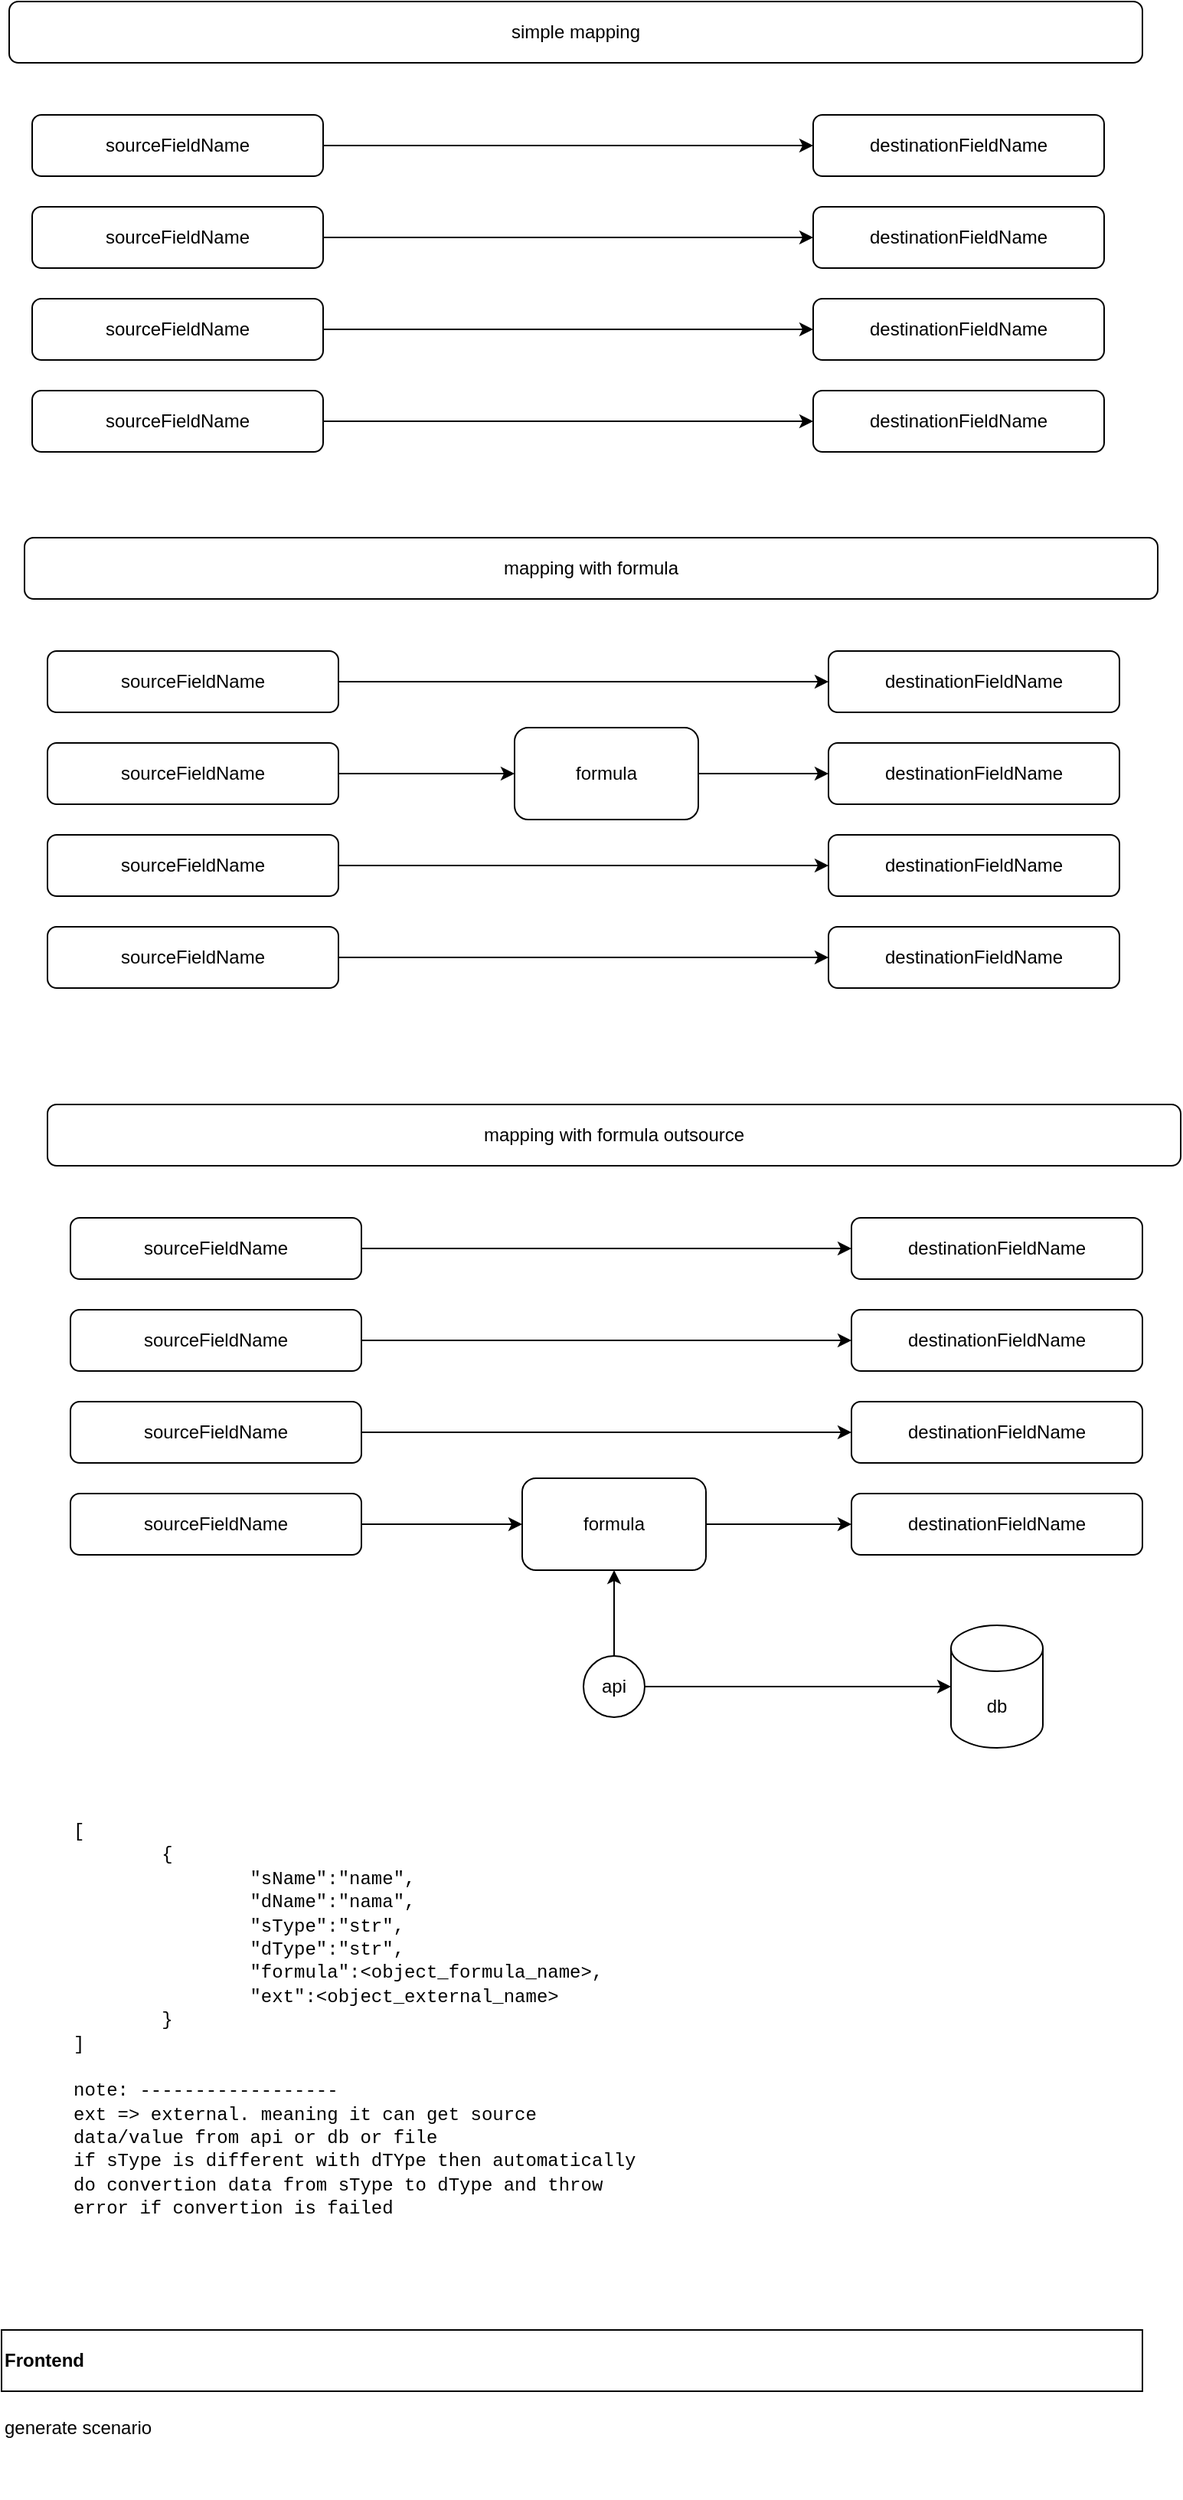
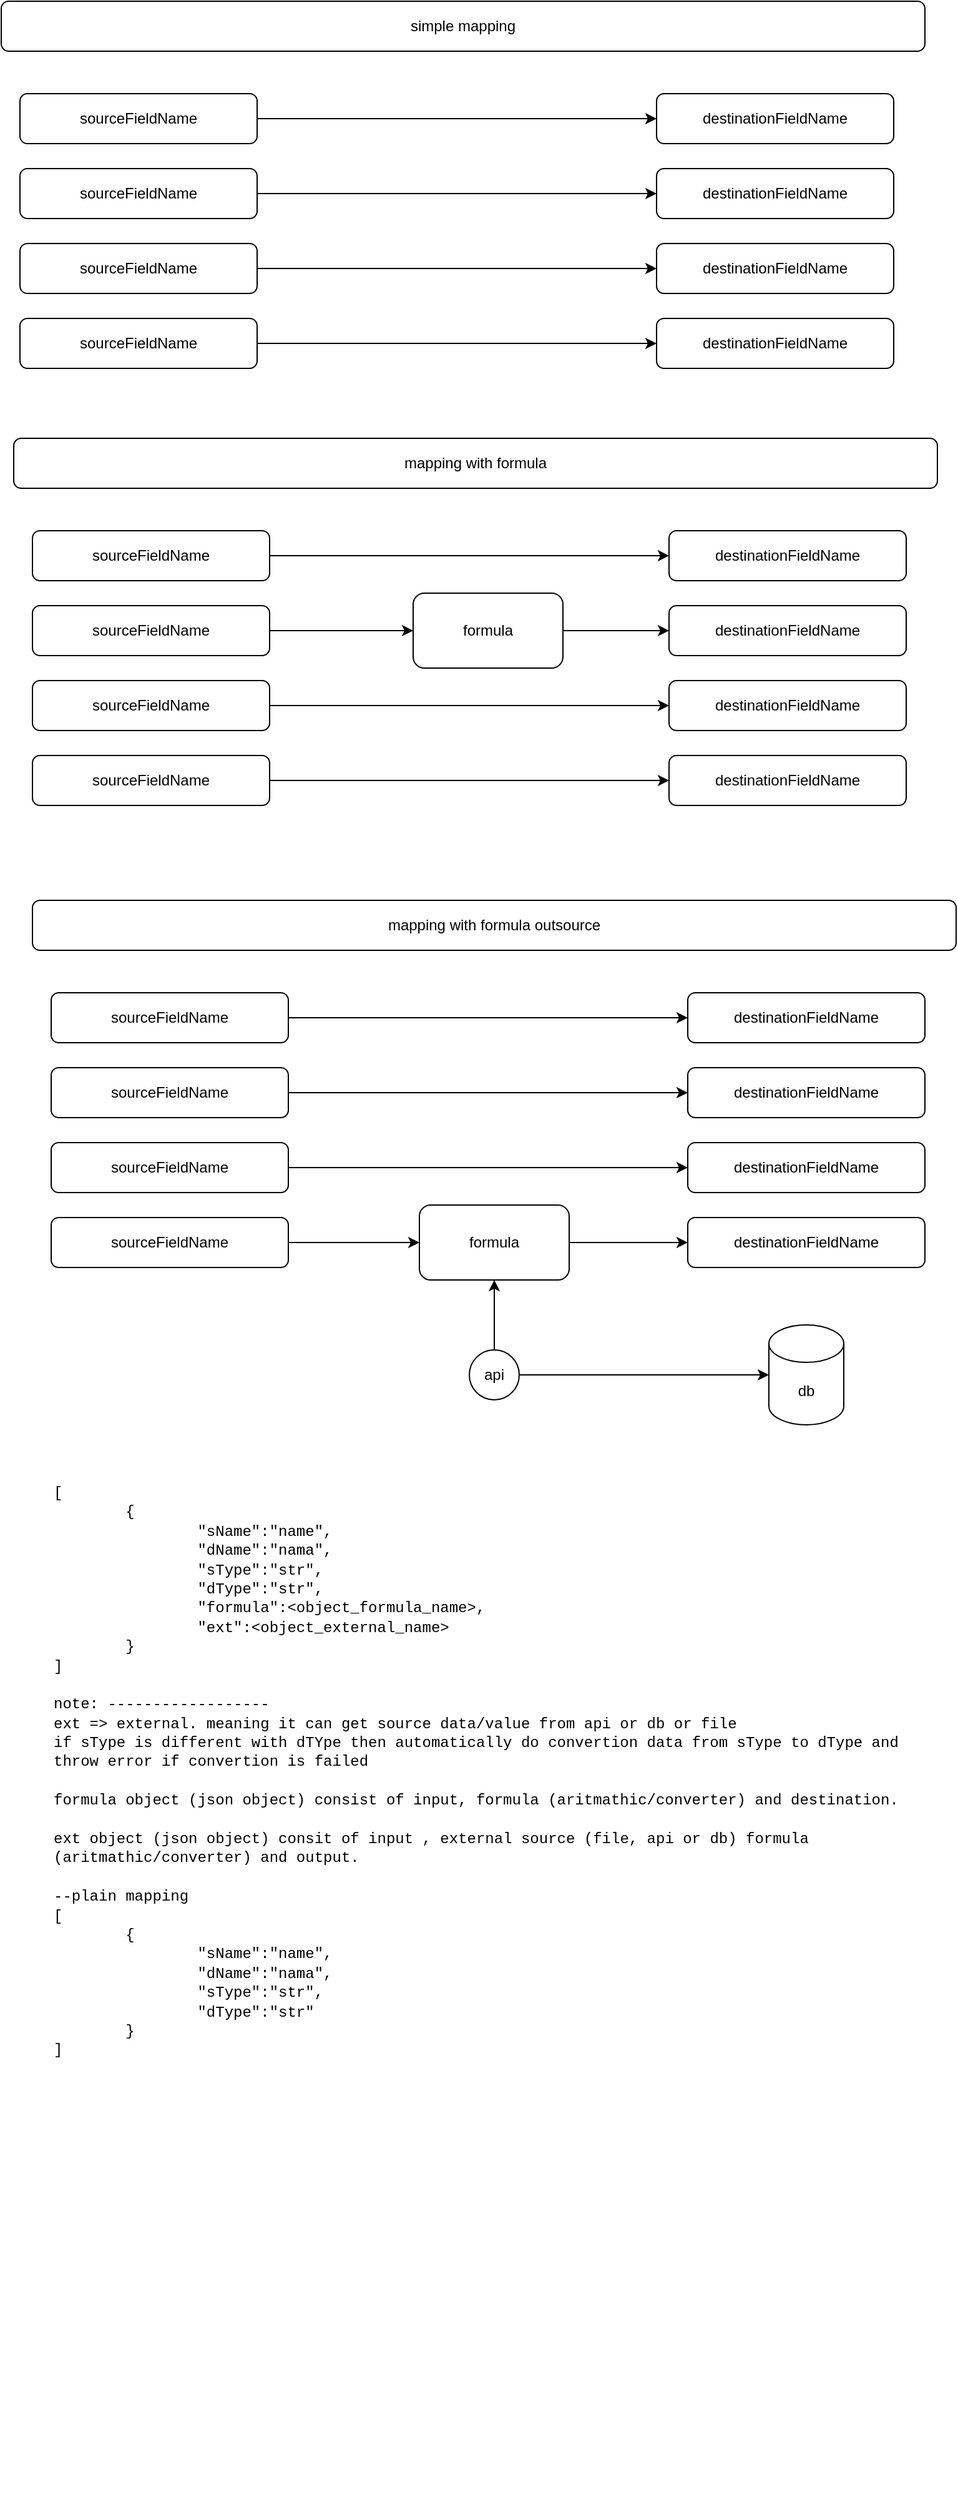
<mxfile host="app.diagrams.net">
  <diagram name="Page-1" id="w0qSyX79uqXvIxm3ApQV">
    <mxGraphModel dx="774" dy="623" grid="1" gridSize="10" guides="1" tooltips="1" connect="1" arrows="1" fold="1" page="1" pageScale="1" pageWidth="850" pageHeight="1100" math="0" shadow="0">
      <root>
        <mxCell id="0" />
        <mxCell id="1" parent="0" />
        <mxCell id="C5vNhbu8yeIDAcz09rIj-13" parent="1" style="rounded=1;whiteSpace=wrap;html=1;" value="simple mapping" vertex="1">
          <mxGeometry height="40" width="740" x="60" y="30" as="geometry" />
        </mxCell>
        <mxCell id="C5vNhbu8yeIDAcz09rIj-9" edge="1" parent="1" source="C5vNhbu8yeIDAcz09rIj-1" style="edgeStyle=orthogonalEdgeStyle;rounded=0;orthogonalLoop=1;jettySize=auto;html=1;entryX=0;entryY=0.5;entryDx=0;entryDy=0;" target="C5vNhbu8yeIDAcz09rIj-5">
          <mxGeometry relative="1" as="geometry" />
        </mxCell>
        <mxCell id="C5vNhbu8yeIDAcz09rIj-1" parent="1" style="rounded=1;whiteSpace=wrap;html=1;" value="sourceFieldName" vertex="1">
          <mxGeometry height="40" width="190" x="75" y="104" as="geometry" />
        </mxCell>
        <mxCell id="C5vNhbu8yeIDAcz09rIj-10" edge="1" parent="1" source="C5vNhbu8yeIDAcz09rIj-2" style="edgeStyle=orthogonalEdgeStyle;rounded=0;orthogonalLoop=1;jettySize=auto;html=1;entryX=0;entryY=0.5;entryDx=0;entryDy=0;" target="C5vNhbu8yeIDAcz09rIj-6">
          <mxGeometry relative="1" as="geometry" />
        </mxCell>
        <mxCell id="C5vNhbu8yeIDAcz09rIj-2" parent="1" style="rounded=1;whiteSpace=wrap;html=1;" value="sourceFieldName" vertex="1">
          <mxGeometry height="40" width="190" x="75" y="164" as="geometry" />
        </mxCell>
        <mxCell id="C5vNhbu8yeIDAcz09rIj-11" edge="1" parent="1" source="C5vNhbu8yeIDAcz09rIj-3" style="edgeStyle=orthogonalEdgeStyle;rounded=0;orthogonalLoop=1;jettySize=auto;html=1;entryX=0;entryY=0.5;entryDx=0;entryDy=0;" target="C5vNhbu8yeIDAcz09rIj-7">
          <mxGeometry relative="1" as="geometry" />
        </mxCell>
        <mxCell id="C5vNhbu8yeIDAcz09rIj-3" parent="1" style="rounded=1;whiteSpace=wrap;html=1;" value="sourceFieldName" vertex="1">
          <mxGeometry height="40" width="190" x="75" y="224" as="geometry" />
        </mxCell>
        <mxCell id="C5vNhbu8yeIDAcz09rIj-12" edge="1" parent="1" source="C5vNhbu8yeIDAcz09rIj-4" style="edgeStyle=orthogonalEdgeStyle;rounded=0;orthogonalLoop=1;jettySize=auto;html=1;entryX=0;entryY=0.5;entryDx=0;entryDy=0;" target="C5vNhbu8yeIDAcz09rIj-8">
          <mxGeometry relative="1" as="geometry" />
        </mxCell>
        <mxCell id="C5vNhbu8yeIDAcz09rIj-4" parent="1" style="rounded=1;whiteSpace=wrap;html=1;" value="sourceFieldName" vertex="1">
          <mxGeometry height="40" width="190" x="75" y="284" as="geometry" />
        </mxCell>
        <mxCell id="C5vNhbu8yeIDAcz09rIj-5" parent="1" style="rounded=1;whiteSpace=wrap;html=1;" value="destinationFieldName" vertex="1">
          <mxGeometry height="40" width="190" x="585" y="104" as="geometry" />
        </mxCell>
        <mxCell id="C5vNhbu8yeIDAcz09rIj-6" parent="1" style="rounded=1;whiteSpace=wrap;html=1;" value="destinationFieldName" vertex="1">
          <mxGeometry height="40" width="190" x="585" y="164" as="geometry" />
        </mxCell>
        <mxCell id="C5vNhbu8yeIDAcz09rIj-7" parent="1" style="rounded=1;whiteSpace=wrap;html=1;" value="destinationFieldName" vertex="1">
          <mxGeometry height="40" width="190" x="585" y="224" as="geometry" />
        </mxCell>
        <mxCell id="C5vNhbu8yeIDAcz09rIj-8" parent="1" style="rounded=1;whiteSpace=wrap;html=1;" value="destinationFieldName" vertex="1">
          <mxGeometry height="40" width="190" x="585" y="284" as="geometry" />
        </mxCell>
        <mxCell id="C5vNhbu8yeIDAcz09rIj-14" parent="1" style="rounded=1;whiteSpace=wrap;html=1;" value="mapping with formula" vertex="1">
          <mxGeometry height="40" width="740" x="70" y="380" as="geometry" />
        </mxCell>
        <mxCell id="C5vNhbu8yeIDAcz09rIj-15" edge="1" parent="1" source="C5vNhbu8yeIDAcz09rIj-16" style="edgeStyle=orthogonalEdgeStyle;rounded=0;orthogonalLoop=1;jettySize=auto;html=1;entryX=0;entryY=0.5;entryDx=0;entryDy=0;" target="C5vNhbu8yeIDAcz09rIj-23">
          <mxGeometry relative="1" as="geometry" />
        </mxCell>
        <mxCell id="C5vNhbu8yeIDAcz09rIj-16" parent="1" style="rounded=1;whiteSpace=wrap;html=1;" value="sourceFieldName" vertex="1">
          <mxGeometry height="40" width="190" x="85" y="454" as="geometry" />
        </mxCell>
        <mxCell id="C5vNhbu8yeIDAcz09rIj-28" edge="1" parent="1" source="C5vNhbu8yeIDAcz09rIj-18" style="edgeStyle=orthogonalEdgeStyle;rounded=0;orthogonalLoop=1;jettySize=auto;html=1;entryX=0;entryY=0.5;entryDx=0;entryDy=0;" target="C5vNhbu8yeIDAcz09rIj-27">
          <mxGeometry relative="1" as="geometry" />
        </mxCell>
        <mxCell id="C5vNhbu8yeIDAcz09rIj-18" parent="1" style="rounded=1;whiteSpace=wrap;html=1;" value="sourceFieldName" vertex="1">
          <mxGeometry height="40" width="190" x="85" y="514" as="geometry" />
        </mxCell>
        <mxCell id="C5vNhbu8yeIDAcz09rIj-19" edge="1" parent="1" source="C5vNhbu8yeIDAcz09rIj-20" style="edgeStyle=orthogonalEdgeStyle;rounded=0;orthogonalLoop=1;jettySize=auto;html=1;entryX=0;entryY=0.5;entryDx=0;entryDy=0;" target="C5vNhbu8yeIDAcz09rIj-25">
          <mxGeometry relative="1" as="geometry" />
        </mxCell>
        <mxCell id="C5vNhbu8yeIDAcz09rIj-20" parent="1" style="rounded=1;whiteSpace=wrap;html=1;" value="sourceFieldName" vertex="1">
          <mxGeometry height="40" width="190" x="85" y="574" as="geometry" />
        </mxCell>
        <mxCell id="C5vNhbu8yeIDAcz09rIj-21" edge="1" parent="1" source="C5vNhbu8yeIDAcz09rIj-22" style="edgeStyle=orthogonalEdgeStyle;rounded=0;orthogonalLoop=1;jettySize=auto;html=1;entryX=0;entryY=0.5;entryDx=0;entryDy=0;" target="C5vNhbu8yeIDAcz09rIj-26">
          <mxGeometry relative="1" as="geometry" />
        </mxCell>
        <mxCell id="C5vNhbu8yeIDAcz09rIj-22" parent="1" style="rounded=1;whiteSpace=wrap;html=1;" value="sourceFieldName" vertex="1">
          <mxGeometry height="40" width="190" x="85" y="634" as="geometry" />
        </mxCell>
        <mxCell id="C5vNhbu8yeIDAcz09rIj-23" parent="1" style="rounded=1;whiteSpace=wrap;html=1;" value="destinationFieldName" vertex="1">
          <mxGeometry height="40" width="190" x="595" y="454" as="geometry" />
        </mxCell>
        <mxCell id="C5vNhbu8yeIDAcz09rIj-24" parent="1" style="rounded=1;whiteSpace=wrap;html=1;" value="destinationFieldName" vertex="1">
          <mxGeometry height="40" width="190" x="595" y="514" as="geometry" />
        </mxCell>
        <mxCell id="C5vNhbu8yeIDAcz09rIj-25" parent="1" style="rounded=1;whiteSpace=wrap;html=1;" value="destinationFieldName" vertex="1">
          <mxGeometry height="40" width="190" x="595" y="574" as="geometry" />
        </mxCell>
        <mxCell id="C5vNhbu8yeIDAcz09rIj-26" parent="1" style="rounded=1;whiteSpace=wrap;html=1;" value="destinationFieldName" vertex="1">
          <mxGeometry height="40" width="190" x="595" y="634" as="geometry" />
        </mxCell>
        <mxCell id="C5vNhbu8yeIDAcz09rIj-29" edge="1" parent="1" source="C5vNhbu8yeIDAcz09rIj-27" style="edgeStyle=orthogonalEdgeStyle;rounded=0;orthogonalLoop=1;jettySize=auto;html=1;entryX=0;entryY=0.5;entryDx=0;entryDy=0;" target="C5vNhbu8yeIDAcz09rIj-24">
          <mxGeometry relative="1" as="geometry">
            <mxPoint x="590" y="534" as="targetPoint" />
          </mxGeometry>
        </mxCell>
        <mxCell id="C5vNhbu8yeIDAcz09rIj-27" parent="1" style="rounded=1;whiteSpace=wrap;html=1;" value="formula" vertex="1">
          <mxGeometry height="60" width="120" x="390" y="504" as="geometry" />
        </mxCell>
        <mxCell id="C5vNhbu8yeIDAcz09rIj-30" parent="1" style="rounded=1;whiteSpace=wrap;html=1;" value="mapping with formula outsource" vertex="1">
          <mxGeometry height="40" width="740" x="85" y="750" as="geometry" />
        </mxCell>
        <mxCell id="C5vNhbu8yeIDAcz09rIj-31" edge="1" parent="1" source="C5vNhbu8yeIDAcz09rIj-32" style="edgeStyle=orthogonalEdgeStyle;rounded=0;orthogonalLoop=1;jettySize=auto;html=1;entryX=0;entryY=0.5;entryDx=0;entryDy=0;" target="C5vNhbu8yeIDAcz09rIj-39">
          <mxGeometry relative="1" as="geometry" />
        </mxCell>
        <mxCell id="C5vNhbu8yeIDAcz09rIj-32" parent="1" style="rounded=1;whiteSpace=wrap;html=1;" value="sourceFieldName" vertex="1">
          <mxGeometry height="40" width="190" x="100" y="824" as="geometry" />
        </mxCell>
        <mxCell id="C5vNhbu8yeIDAcz09rIj-33" edge="1" parent="1" source="C5vNhbu8yeIDAcz09rIj-34" style="edgeStyle=orthogonalEdgeStyle;rounded=0;orthogonalLoop=1;jettySize=auto;html=1;entryX=0;entryY=0.5;entryDx=0;entryDy=0;" target="C5vNhbu8yeIDAcz09rIj-40">
          <mxGeometry relative="1" as="geometry">
            <mxPoint x="405" y="904" as="targetPoint" />
          </mxGeometry>
        </mxCell>
        <mxCell id="C5vNhbu8yeIDAcz09rIj-34" parent="1" style="rounded=1;whiteSpace=wrap;html=1;" value="sourceFieldName" vertex="1">
          <mxGeometry height="40" width="190" x="100" y="884" as="geometry" />
        </mxCell>
        <mxCell id="C5vNhbu8yeIDAcz09rIj-35" edge="1" parent="1" source="C5vNhbu8yeIDAcz09rIj-36" style="edgeStyle=orthogonalEdgeStyle;rounded=0;orthogonalLoop=1;jettySize=auto;html=1;entryX=0;entryY=0.5;entryDx=0;entryDy=0;" target="C5vNhbu8yeIDAcz09rIj-41">
          <mxGeometry relative="1" as="geometry" />
        </mxCell>
        <mxCell id="C5vNhbu8yeIDAcz09rIj-36" parent="1" style="rounded=1;whiteSpace=wrap;html=1;" value="sourceFieldName" vertex="1">
          <mxGeometry height="40" width="190" x="100" y="944" as="geometry" />
        </mxCell>
        <mxCell id="C5vNhbu8yeIDAcz09rIj-47" edge="1" parent="1" source="C5vNhbu8yeIDAcz09rIj-38" style="edgeStyle=orthogonalEdgeStyle;rounded=0;orthogonalLoop=1;jettySize=auto;html=1;entryX=0;entryY=0.5;entryDx=0;entryDy=0;" target="C5vNhbu8yeIDAcz09rIj-46">
          <mxGeometry relative="1" as="geometry" />
        </mxCell>
        <mxCell id="C5vNhbu8yeIDAcz09rIj-38" parent="1" style="rounded=1;whiteSpace=wrap;html=1;" value="sourceFieldName" vertex="1">
          <mxGeometry height="40" width="190" x="100" y="1004" as="geometry" />
        </mxCell>
        <mxCell id="C5vNhbu8yeIDAcz09rIj-39" parent="1" style="rounded=1;whiteSpace=wrap;html=1;" value="destinationFieldName" vertex="1">
          <mxGeometry height="40" width="190" x="610" y="824" as="geometry" />
        </mxCell>
        <mxCell id="C5vNhbu8yeIDAcz09rIj-40" parent="1" style="rounded=1;whiteSpace=wrap;html=1;" value="destinationFieldName" vertex="1">
          <mxGeometry height="40" width="190" x="610" y="884" as="geometry" />
        </mxCell>
        <mxCell id="C5vNhbu8yeIDAcz09rIj-41" parent="1" style="rounded=1;whiteSpace=wrap;html=1;" value="destinationFieldName" vertex="1">
          <mxGeometry height="40" width="190" x="610" y="944" as="geometry" />
        </mxCell>
        <mxCell id="C5vNhbu8yeIDAcz09rIj-42" parent="1" style="rounded=1;whiteSpace=wrap;html=1;" value="destinationFieldName" vertex="1">
          <mxGeometry height="40" width="190" x="610" y="1004" as="geometry" />
        </mxCell>
        <mxCell id="C5vNhbu8yeIDAcz09rIj-45" parent="1" style="shape=cylinder3;whiteSpace=wrap;html=1;boundedLbl=1;backgroundOutline=1;size=15;" value="db" vertex="1">
          <mxGeometry height="80" width="60" x="675" y="1090" as="geometry" />
        </mxCell>
        <mxCell id="C5vNhbu8yeIDAcz09rIj-49" edge="1" parent="1" source="C5vNhbu8yeIDAcz09rIj-46" style="edgeStyle=orthogonalEdgeStyle;rounded=0;orthogonalLoop=1;jettySize=auto;html=1;entryX=0;entryY=0.5;entryDx=0;entryDy=0;" target="C5vNhbu8yeIDAcz09rIj-42">
          <mxGeometry relative="1" as="geometry" />
        </mxCell>
        <mxCell id="C5vNhbu8yeIDAcz09rIj-46" parent="1" style="rounded=1;whiteSpace=wrap;html=1;" value="formula" vertex="1">
          <mxGeometry height="60" width="120" x="395" y="994" as="geometry" />
        </mxCell>
        <mxCell id="C5vNhbu8yeIDAcz09rIj-51" edge="1" parent="1" source="C5vNhbu8yeIDAcz09rIj-50" style="edgeStyle=orthogonalEdgeStyle;rounded=0;orthogonalLoop=1;jettySize=auto;html=1;entryX=0.5;entryY=1;entryDx=0;entryDy=0;" target="C5vNhbu8yeIDAcz09rIj-46">
          <mxGeometry relative="1" as="geometry" />
        </mxCell>
        <mxCell id="C5vNhbu8yeIDAcz09rIj-50" parent="1" style="ellipse;whiteSpace=wrap;html=1;aspect=fixed;" value="api" vertex="1">
          <mxGeometry height="40" width="40" x="435" y="1110" as="geometry" />
        </mxCell>
        <mxCell id="C5vNhbu8yeIDAcz09rIj-52" edge="1" parent="1" source="C5vNhbu8yeIDAcz09rIj-50" style="edgeStyle=orthogonalEdgeStyle;rounded=0;orthogonalLoop=1;jettySize=auto;html=1;entryX=0;entryY=0.5;entryDx=0;entryDy=0;entryPerimeter=0;" target="C5vNhbu8yeIDAcz09rIj-45">
          <mxGeometry relative="1" as="geometry" />
        </mxCell>
-         <mxCell id="C5vNhbu8yeIDAcz09rIj-54" parent="1" style="rounded=0;whiteSpace=wrap;html=1;align=left;verticalAlign=top;strokeColor=none;" value="&lt;font face=&quot;Courier New&quot;&gt;[&lt;/font&gt;&lt;div&gt;&lt;font face=&quot;Courier New&quot;&gt;&lt;span style=&quot;white-space: pre;&quot;&gt;&#x9;&lt;/span&gt;{&lt;br&gt;&lt;/font&gt;&lt;/div&gt;&lt;div&gt;&lt;font face=&quot;Courier New&quot;&gt;&lt;span style=&quot;white-space: pre;&quot;&gt;&#x9;&lt;/span&gt;&lt;span style=&quot;white-space: pre;&quot;&gt;&#x9;&lt;/span&gt;&quot;sName&quot;:&quot;name&quot;,&lt;br&gt;&lt;/font&gt;&lt;/div&gt;&lt;div&gt;&lt;font face=&quot;Courier New&quot;&gt;&lt;span style=&quot;white-space: pre;&quot;&gt;&#x9;&lt;/span&gt;&lt;span style=&quot;white-space: pre;&quot;&gt;&#x9;&lt;/span&gt;&quot;dName&quot;:&quot;nama&quot;,&lt;br&gt;&lt;/font&gt;&lt;/div&gt;&lt;div&gt;&lt;font face=&quot;Courier New&quot;&gt;&lt;span style=&quot;white-space: pre;&quot;&gt;&#x9;&lt;/span&gt;&lt;span style=&quot;white-space: pre;&quot;&gt;&#x9;&lt;/span&gt;&quot;sType&quot;:&quot;str&quot;,&lt;br&gt;&lt;/font&gt;&lt;/div&gt;&lt;div&gt;&lt;font face=&quot;Courier New&quot;&gt;&lt;span style=&quot;white-space: pre;&quot;&gt;&#x9;&lt;/span&gt;&lt;span style=&quot;white-space: pre;&quot;&gt;&#x9;&lt;/span&gt;&quot;dType&quot;:&quot;str&quot;,&lt;br&gt;&lt;/font&gt;&lt;/div&gt;&lt;div&gt;&lt;font face=&quot;Courier New&quot;&gt;&lt;span style=&quot;white-space: pre;&quot;&gt;&#x9;&lt;/span&gt;&lt;span style=&quot;white-space: pre;&quot;&gt;&#x9;&lt;/span&gt;&quot;formula&quot;:&amp;lt;object_formula_name&amp;gt;,&lt;br&gt;&lt;/font&gt;&lt;/div&gt;&lt;div&gt;&lt;font face=&quot;Courier New&quot;&gt;&lt;span style=&quot;white-space: pre;&quot;&gt;&#x9;&lt;/span&gt;&lt;span style=&quot;white-space: pre;&quot;&gt;&#x9;&lt;/span&gt;&quot;ext&quot;:&amp;lt;object_external_name&amp;gt;&lt;br&gt;&lt;/font&gt;&lt;/div&gt;&lt;div&gt;&lt;font face=&quot;Courier New&quot;&gt;&lt;span style=&quot;white-space: pre;&quot;&gt;&#x9;&lt;/span&gt;}&lt;br&gt;&lt;/font&gt;&lt;/div&gt;&lt;div&gt;&lt;font face=&quot;Courier New&quot;&gt;]&lt;/font&gt;&lt;/div&gt;&lt;div&gt;&lt;font face=&quot;Courier New&quot;&gt;&lt;br&gt;&lt;/font&gt;&lt;/div&gt;&lt;div&gt;&lt;font face=&quot;Courier New&quot;&gt;note: ------------------&lt;/font&gt;&lt;/div&gt;&lt;div&gt;&lt;font face=&quot;Courier New&quot;&gt;ext =&amp;gt; external. meaning it can get source data/value from api or db or file&lt;/font&gt;&lt;/div&gt;&lt;div&gt;&lt;font face=&quot;Courier New&quot;&gt;if sType is different with dTYpe then automatically do convertion data from sType to dType and throw error if convertion is failed&lt;/font&gt;&lt;/div&gt;" vertex="1">
-           <mxGeometry height="300" width="370" x="100" y="1210" as="geometry" />
-         </mxCell>
-         <mxCell id="3cb8eb7sBZu-HTBu-4vh-1" parent="1" style="rounded=0;whiteSpace=wrap;html=1;align=left;fontStyle=1;verticalAlign=middle;" value="&lt;span&gt;Frontend&lt;/span&gt;" vertex="1">
-           <mxGeometry height="40" width="745" x="55" y="1550" as="geometry" />
-         </mxCell>
-         <mxCell id="3cb8eb7sBZu-HTBu-4vh-2" parent="1" style="rounded=0;whiteSpace=wrap;html=1;align=left;verticalAlign=top;strokeColor=none;" value="generate scenario" vertex="1">
-           <mxGeometry height="60" width="735" x="55" y="1600" as="geometry" />
+         <mxCell id="C5vNhbu8yeIDAcz09rIj-54" parent="1" style="rounded=0;whiteSpace=wrap;html=1;align=left;verticalAlign=top;strokeColor=none;" value="&lt;font face=&quot;Courier New&quot;&gt;[&lt;/font&gt;&lt;div&gt;&lt;font face=&quot;Courier New&quot;&gt;&lt;span style=&quot;white-space: pre;&quot;&gt;&#x9;&lt;/span&gt;{&lt;br&gt;&lt;/font&gt;&lt;/div&gt;&lt;div&gt;&lt;font face=&quot;Courier New&quot;&gt;&lt;span style=&quot;white-space: pre;&quot;&gt;&#x9;&lt;/span&gt;&lt;span style=&quot;white-space: pre;&quot;&gt;&#x9;&lt;/span&gt;&quot;sName&quot;:&quot;name&quot;,&lt;br&gt;&lt;/font&gt;&lt;/div&gt;&lt;div&gt;&lt;font face=&quot;Courier New&quot;&gt;&lt;span style=&quot;white-space: pre;&quot;&gt;&#x9;&lt;/span&gt;&lt;span style=&quot;white-space: pre;&quot;&gt;&#x9;&lt;/span&gt;&quot;dName&quot;:&quot;nama&quot;,&lt;br&gt;&lt;/font&gt;&lt;/div&gt;&lt;div&gt;&lt;font face=&quot;Courier New&quot;&gt;&lt;span style=&quot;white-space: pre;&quot;&gt;&#x9;&lt;/span&gt;&lt;span style=&quot;white-space: pre;&quot;&gt;&#x9;&lt;/span&gt;&quot;sType&quot;:&quot;str&quot;,&lt;br&gt;&lt;/font&gt;&lt;/div&gt;&lt;div&gt;&lt;font face=&quot;Courier New&quot;&gt;&lt;span style=&quot;white-space: pre;&quot;&gt;&#x9;&lt;/span&gt;&lt;span style=&quot;white-space: pre;&quot;&gt;&#x9;&lt;/span&gt;&quot;dType&quot;:&quot;str&quot;,&lt;br&gt;&lt;/font&gt;&lt;/div&gt;&lt;div&gt;&lt;font face=&quot;Courier New&quot;&gt;&lt;span style=&quot;white-space: pre;&quot;&gt;&#x9;&lt;/span&gt;&lt;span style=&quot;white-space: pre;&quot;&gt;&#x9;&lt;/span&gt;&quot;formula&quot;:&amp;lt;object_formula_name&amp;gt;,&lt;br&gt;&lt;/font&gt;&lt;/div&gt;&lt;div&gt;&lt;font face=&quot;Courier New&quot;&gt;&lt;span style=&quot;white-space: pre;&quot;&gt;&#x9;&lt;/span&gt;&lt;span style=&quot;white-space: pre;&quot;&gt;&#x9;&lt;/span&gt;&quot;ext&quot;:&amp;lt;object_external_name&amp;gt;&lt;br&gt;&lt;/font&gt;&lt;/div&gt;&lt;div&gt;&lt;font face=&quot;Courier New&quot;&gt;&lt;span style=&quot;white-space: pre;&quot;&gt;&#x9;&lt;/span&gt;}&lt;br&gt;&lt;/font&gt;&lt;/div&gt;&lt;div&gt;&lt;font face=&quot;Courier New&quot;&gt;]&lt;/font&gt;&lt;/div&gt;&lt;div&gt;&lt;font face=&quot;Courier New&quot;&gt;&lt;br&gt;&lt;/font&gt;&lt;/div&gt;&lt;div&gt;&lt;font face=&quot;Courier New&quot;&gt;note: ------------------&lt;/font&gt;&lt;/div&gt;&lt;div&gt;&lt;font face=&quot;Courier New&quot;&gt;ext =&amp;gt; external. meaning it can get source data/value from api or db or file&lt;/font&gt;&lt;/div&gt;&lt;div&gt;&lt;font face=&quot;Courier New&quot;&gt;if sType is different with dTYpe then automatically do convertion data from sType to dType and throw error if convertion is failed&lt;/font&gt;&lt;/div&gt;&lt;div&gt;&lt;font face=&quot;Courier New&quot;&gt;&lt;br&gt;&lt;/font&gt;&lt;/div&gt;&lt;div&gt;&lt;font face=&quot;Courier New&quot;&gt;formula object (json object) consist of input, formula (aritmathic/converter) and destination.&lt;/font&gt;&lt;/div&gt;&lt;div&gt;&lt;font face=&quot;Courier New&quot;&gt;&lt;br&gt;&lt;/font&gt;&lt;/div&gt;&lt;div&gt;&lt;font face=&quot;Courier New&quot;&gt;ext object&amp;nbsp;&lt;/font&gt;&lt;span style=&quot;font-family: &amp;quot;Courier New&amp;quot;; background-color: transparent; color: light-dark(rgb(0, 0, 0), rgb(255, 255, 255));&quot;&gt;(json object)&lt;/span&gt;&lt;span style=&quot;font-family: &amp;quot;Courier New&amp;quot;; background-color: transparent; color: light-dark(rgb(0, 0, 0), rgb(255, 255, 255));&quot;&gt;&amp;nbsp;consit of input , external source (file, api or db) formula (aritmathic/converter) and output.&lt;/span&gt;&lt;/div&gt;&lt;div&gt;&lt;span style=&quot;font-family: &amp;quot;Courier New&amp;quot;; background-color: transparent; color: light-dark(rgb(0, 0, 0), rgb(255, 255, 255));&quot;&gt;&lt;br&gt;&lt;/span&gt;&lt;/div&gt;&lt;div&gt;&lt;span style=&quot;font-family: &amp;quot;Courier New&amp;quot;; background-color: transparent; color: light-dark(rgb(0, 0, 0), rgb(255, 255, 255));&quot;&gt;--plain mapping&lt;/span&gt;&lt;/div&gt;&lt;div&gt;&lt;font face=&quot;Courier New&quot;&gt;[&lt;/font&gt;&lt;div&gt;&lt;font face=&quot;Courier New&quot;&gt;&lt;span style=&quot;white-space: pre;&quot;&gt;&#x9;&lt;/span&gt;{&lt;br&gt;&lt;/font&gt;&lt;/div&gt;&lt;div&gt;&lt;font face=&quot;Courier New&quot;&gt;&lt;span style=&quot;white-space: pre;&quot;&gt;&#x9;&lt;/span&gt;&lt;span style=&quot;white-space: pre;&quot;&gt;&#x9;&lt;/span&gt;&quot;sName&quot;:&quot;name&quot;,&lt;br&gt;&lt;/font&gt;&lt;/div&gt;&lt;div&gt;&lt;font face=&quot;Courier New&quot;&gt;&lt;span style=&quot;white-space: pre;&quot;&gt;&#x9;&lt;/span&gt;&lt;span style=&quot;white-space: pre;&quot;&gt;&#x9;&lt;/span&gt;&quot;dName&quot;:&quot;nama&quot;,&lt;br&gt;&lt;/font&gt;&lt;/div&gt;&lt;div&gt;&lt;font face=&quot;Courier New&quot;&gt;&lt;span style=&quot;white-space: pre;&quot;&gt;&#x9;&lt;/span&gt;&lt;span style=&quot;white-space: pre;&quot;&gt;&#x9;&lt;/span&gt;&quot;sType&quot;:&quot;str&quot;,&lt;br&gt;&lt;/font&gt;&lt;/div&gt;&lt;div&gt;&lt;font face=&quot;Courier New&quot;&gt;&lt;span style=&quot;white-space: pre;&quot;&gt;&#x9;&lt;/span&gt;&lt;span style=&quot;white-space: pre;&quot;&gt;&#x9;&lt;/span&gt;&quot;dType&quot;:&quot;str&quot;&lt;/font&gt;&lt;/div&gt;&lt;div&gt;&lt;font face=&quot;Courier New&quot;&gt;&lt;span style=&quot;white-space: pre;&quot;&gt;&#x9;&lt;/span&gt;}&lt;br&gt;&lt;/font&gt;&lt;/div&gt;&lt;div&gt;&lt;font face=&quot;Courier New&quot;&gt;]&lt;/font&gt;&lt;/div&gt;&lt;/div&gt;&lt;div&gt;&lt;font face=&quot;Courier New&quot;&gt;&lt;br&gt;&lt;/font&gt;&lt;/div&gt;" vertex="1">
+           <mxGeometry height="820" width="700" x="100" y="1210" as="geometry" />
        </mxCell>
      </root>
    </mxGraphModel>
  </diagram>
</mxfile>
